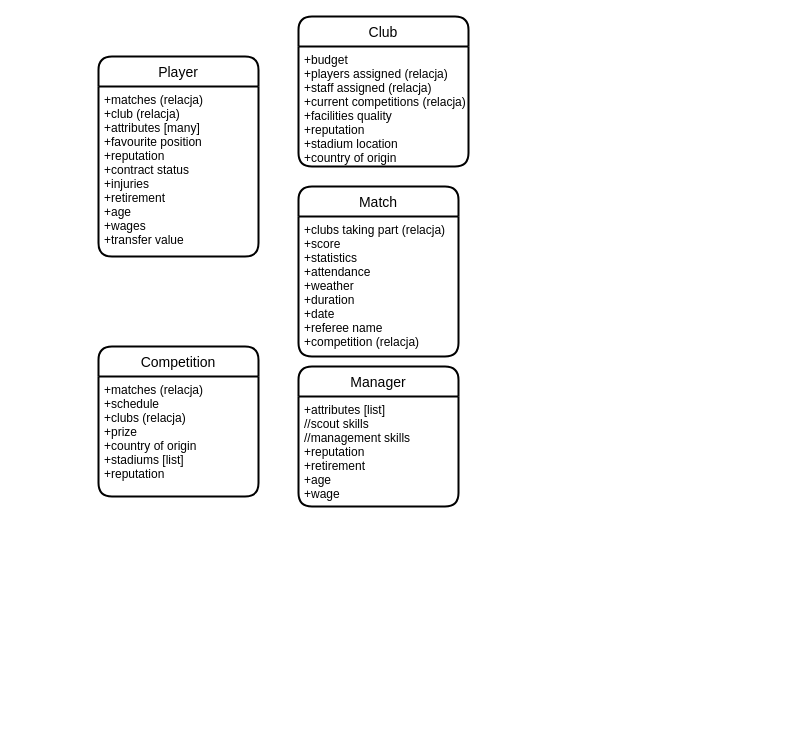
Above: er-diagram/er-diagram.drawio in kuchyx/EDABA-LAB (draw.io), before the change. Source tidied: cells renumbered, new cells numbered last; positions are measured from the earlier drawing's top-left corner, leaving out a move shared by most shapes. Both pictures are drawn from the tidied source at 100%, with x=0, y=0 at pixel (98, 16).
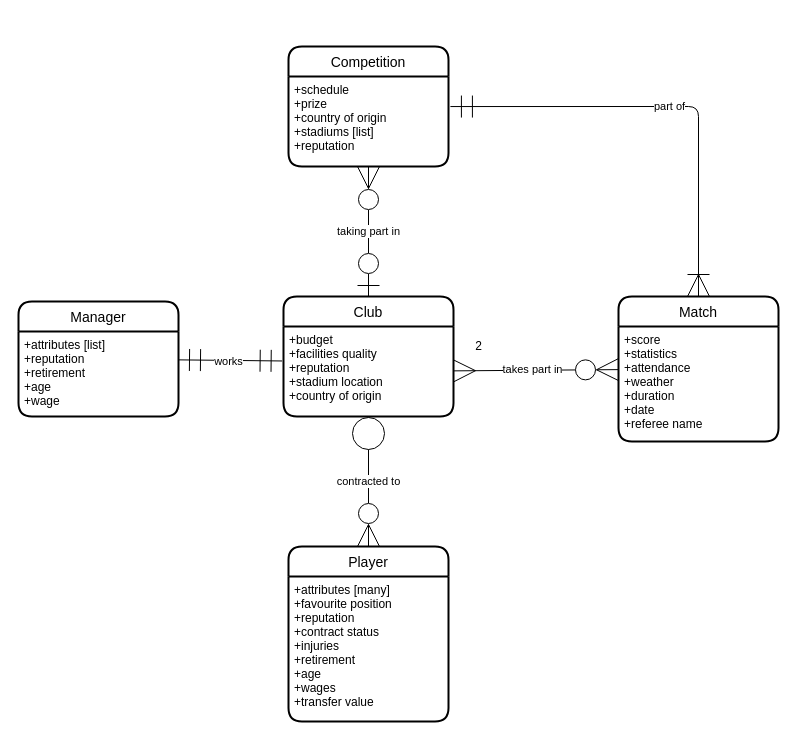
Above is the later version.

Diff of the diagram source:
```diff
@@
 <mxGraphModel>
   <root>
     <mxCell id="0" />
     <mxCell id="1" parent="0" />
+    <mxCell id="12" value="contracted to" style="edgeStyle=none;html=1;startArrow=ERzeroToMany;startFill=0;endArrow=circle;endFill=0;startSize=20;endSize=15;" parent="1" edge="1" source="2" target="5">
+      <mxGeometry relative="1" as="geometry" />
+    </mxCell>
     <mxCell id="2" value="Player" style="swimlane;horizontal=1;startSize=30;rounded=1;fontSize=14;fontStyle=0;strokeWidth=2;shadow=0;dashed=0;align=center;" parent="1" vertex="1">
-      <mxGeometry y="40" width="160" height="200" as="geometry" />
+      <mxGeometry x="190" y="530" width="160" height="175" as="geometry" />
     </mxCell>
-    <mxCell id="3" value="+matches (relacja)&#10;+club (relacja)&#10;+attributes [many] &#10;+favourite position&#10;+reputation&#10;+contract status&#10;+injuries&#10;+retirement&#10;+age&#10;+wages&#10;+transfer value" style="align=left;strokeColor=none;fillColor=none;spacingLeft=4;fontSize=12;verticalAlign=top;" parent="2" vertex="1">
-      <mxGeometry y="30" width="160" height="170" as="geometry" />
+    <mxCell id="3" value="+attributes [many] &#10;+favourite position&#10;+reputation&#10;+contract status&#10;+injuries&#10;+retirement&#10;+age&#10;+wages&#10;+transfer value" style="align=left;strokeColor=none;fillColor=none;spacingLeft=4;fontSize=12;verticalAlign=top;" parent="2" vertex="1">
+      <mxGeometry y="30" width="160" height="145" as="geometry" />
     </mxCell>
+    <mxCell id="13" value="taking part in" style="edgeStyle=none;html=1;startArrow=ERzeroToOne;startFill=0;endArrow=ERzeroToMany;endFill=0;startSize=20;endSize=20;" parent="1" edge="1" source="4" target="11">
+      <mxGeometry relative="1" as="geometry" />
+    </mxCell>
     <mxCell id="4" value="Club" style="swimlane;horizontal=1;startSize=30;rounded=1;fontSize=14;fontStyle=0;strokeWidth=2;shadow=0;dashed=0;align=center;" parent="1" vertex="1">
-      <mxGeometry x="200" width="170" height="150" as="geometry" />
+      <mxGeometry x="185" y="280" width="170" height="120" as="geometry" />
     </mxCell>
-    <mxCell id="5" value="+budget&#10;+players assigned (relacja)&#10;+staff assigned (relacja)&#10;+current competitions (relacja)&#10;+facilities quality&#10;+reputation&#10;+stadium location&#10;+country of origin" style="align=left;strokeColor=none;fillColor=none;spacingLeft=4;fontSize=12;verticalAlign=top;" parent="4" vertex="1">
-      <mxGeometry y="30" width="170" height="120" as="geometry" />
+    <mxCell id="5" value="+budget&#10;+facilities quality&#10;+reputation&#10;+stadium location&#10;+country of origin" style="align=left;strokeColor=none;fillColor=none;spacingLeft=4;fontSize=12;verticalAlign=top;" parent="4" vertex="1">
+      <mxGeometry y="30" width="170" height="90" as="geometry" />
     </mxCell>
+    <mxCell id="14" value="part of" style="edgeStyle=none;html=1;entryX=1.012;entryY=0.334;entryDx=0;entryDy=0;entryPerimeter=0;startArrow=ERoneToMany;startFill=0;endArrow=ERmandOne;endFill=0;startSize=20;endSize=20;" parent="1" edge="1" source="6" target="11">
+      <mxGeometry relative="1" as="geometry">
+        <Array as="points">
+          <mxPoint x="600" y="90" />
+        </Array>
+      </mxGeometry>
+    </mxCell>
     <mxCell id="6" value="Match" style="swimlane;horizontal=1;startSize=30;rounded=1;fontSize=14;fontStyle=0;strokeWidth=2;shadow=0;dashed=0;align=center;" parent="1" vertex="1">
-      <mxGeometry x="200" y="170" width="160" height="170" as="geometry" />
+      <mxGeometry x="520" y="280" width="160" height="145" as="geometry" />
     </mxCell>
-    <mxCell id="7" value="+clubs taking part (relacja)&#10;+score&#10;+statistics&#10;+attendance&#10;+weather&#10;+duration&#10;+date&#10;+referee name&#10;+competition (relacja)" style="align=left;strokeColor=none;fillColor=none;spacingLeft=4;fontSize=12;verticalAlign=top;" parent="6" vertex="1">
-      <mxGeometry y="30" width="160" height="140" as="geometry" />
+    <mxCell id="7" value="+score&#10;+statistics&#10;+attendance&#10;+weather&#10;+duration&#10;+date&#10;+referee name" style="align=left;strokeColor=none;fillColor=none;spacingLeft=4;fontSize=12;verticalAlign=top;" parent="6" vertex="1">
+      <mxGeometry y="30" width="160" height="115" as="geometry" />
     </mxCell>
+    <mxCell id="15" value="works" style="edgeStyle=none;html=1;startArrow=ERmandOne;startFill=0;endArrow=ERmandOne;endFill=0;startSize=20;endSize=20;entryX=-0.008;entryY=0.383;entryDx=0;entryDy=0;entryPerimeter=0;" parent="1" edge="1" source="8" target="5">
+      <mxGeometry x="-0.04" y="-1" relative="1" as="geometry" />
+    </mxCell>
     <mxCell id="8" value="Manager" style="swimlane;horizontal=1;startSize=30;rounded=1;fontSize=14;fontStyle=0;strokeWidth=2;shadow=0;dashed=0;align=center;" parent="1" vertex="1">
-      <mxGeometry x="200" y="350" width="160" height="140" as="geometry" />
+      <mxGeometry x="-80" y="285" width="160" height="115" as="geometry" />
     </mxCell>
-    <mxCell id="9" value="+attributes [list]&#10;//scout skills&#10;//management skills&#10;+reputation&#10;+retirement&#10;+age&#10;+wage" style="align=left;strokeColor=none;fillColor=none;spacingLeft=4;fontSize=12;verticalAlign=top;" parent="8" vertex="1">
-      <mxGeometry y="30" width="160" height="110" as="geometry" />
+    <mxCell id="9" value="+attributes [list]&#10;+reputation&#10;+retirement&#10;+age&#10;+wage" style="align=left;strokeColor=none;fillColor=none;spacingLeft=4;fontSize=12;verticalAlign=top;" parent="8" vertex="1">
+      <mxGeometry y="30" width="160" height="85" as="geometry" />
     </mxCell>
     <mxCell id="10" value="Competition" style="swimlane;horizontal=1;startSize=30;rounded=1;fontSize=14;fontStyle=0;strokeWidth=2;shadow=0;dashed=0;align=center;" parent="1" vertex="1">
-      <mxGeometry y="330" width="160" height="150" as="geometry" />
+      <mxGeometry x="190" y="30" width="160" height="120" as="geometry" />
     </mxCell>
-    <mxCell id="11" value="+matches (relacja)&#10;+schedule&#10;+clubs (relacja)&#10;+prize&#10;+country of origin&#10;+stadiums [list]&#10;+reputation" style="align=left;strokeColor=none;fillColor=none;spacingLeft=4;fontSize=12;verticalAlign=top;" parent="10" vertex="1">
-      <mxGeometry y="30" width="160" height="120" as="geometry" />
+    <mxCell id="11" value="+schedule&#10;+prize&#10;+country of origin&#10;+stadiums [list]&#10;+reputation" style="align=left;strokeColor=none;fillColor=none;spacingLeft=4;fontSize=12;verticalAlign=top;" parent="10" vertex="1">
+      <mxGeometry y="30" width="160" height="90" as="geometry" />
     </mxCell>
+    <mxCell id="16" value="takes part in" style="edgeStyle=none;html=1;startArrow=ERmany;startFill=0;endArrow=ERzeroToMany;endFill=0;startSize=20;endSize=20;" parent="1" edge="1" source="5" target="6">
+      <mxGeometry x="-0.04" y="1" relative="1" as="geometry" />
+    </mxCell>
+    <mxCell id="17" value="2" style="text;html=1;align=center;verticalAlign=middle;strokeColor=none;fillColor=none;" parent="1" vertex="1">
+      <mxGeometry x="370" y="320" width="20" height="20" as="geometry" />
+    </mxCell>
   </root>
 </mxGraphModel>
```
